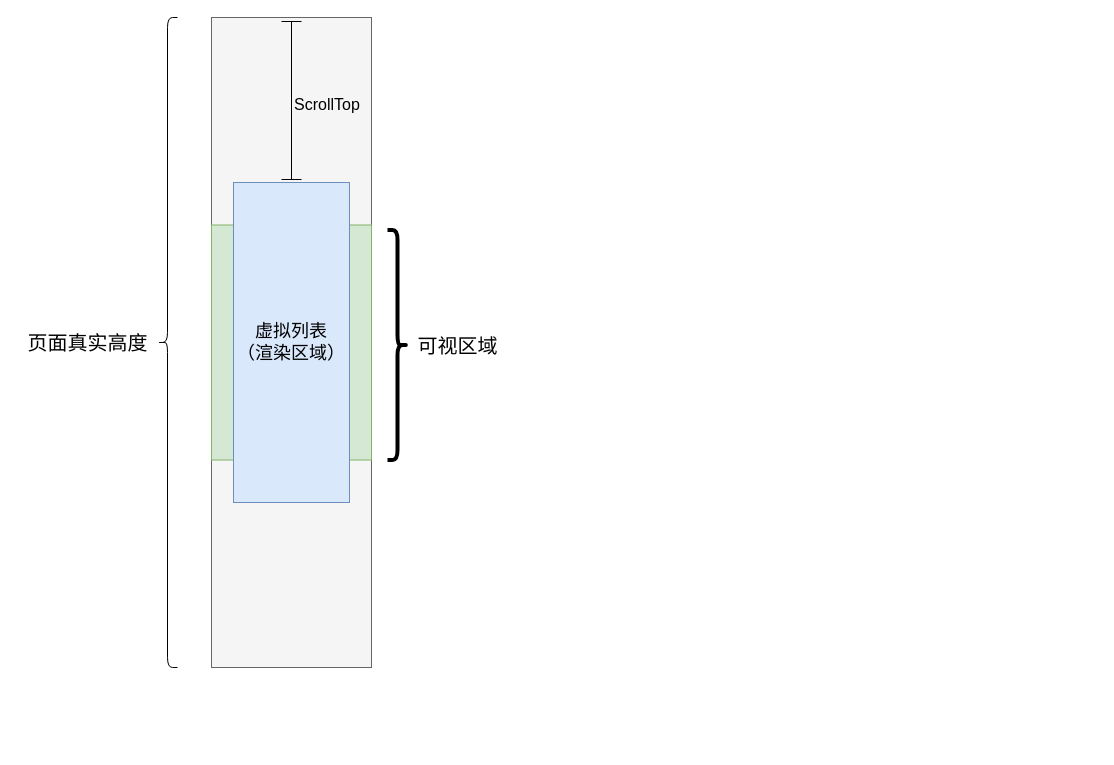
The draw.io diagram scrollListCompare.drawio in logcas/ImageBed, before the edit. Source tidied: cells renumbered, new cells numbered last; positions are measured from the earlier drawing's top-left corner, leaving out a move shared by most shapes. Both pictures are drawn from the tidied source at 100%, with x=0, y=0 at pixel (17, 17).
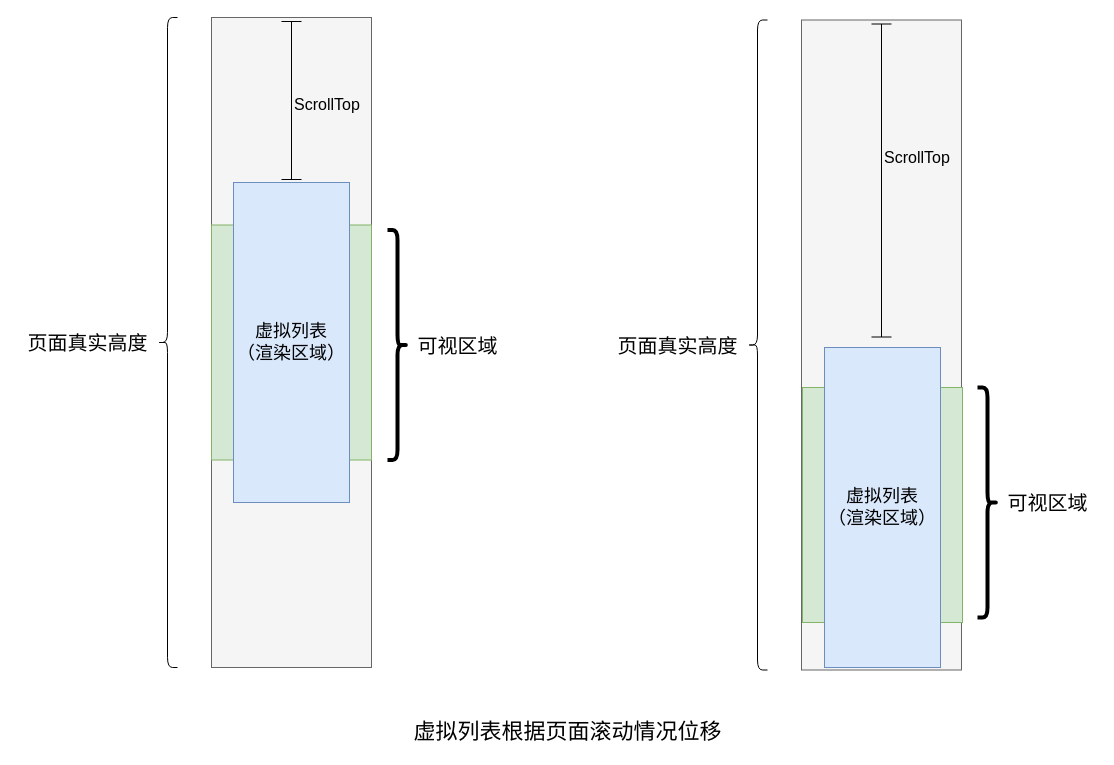
The same diagram, later.

Change to the diagram source:
```diff
@@
+    <mxCell id="11" style="rounded=0;whiteSpace=wrap;html=1;fillColor=#f5f5f5;strokeColor=#666666;fontColor=#333333;" parent="1" vertex="1">
+      <mxGeometry x="784" y="2.5" width="160" height="650" as="geometry" />
+    </mxCell>
+    <mxCell id="12" style="rounded=0;whiteSpace=wrap;html=1;fillColor=#d5e8d4;strokeColor=#82b366;" parent="1" vertex="1">
+      <mxGeometry x="785" y="370" width="160" height="235" as="geometry" />
+    </mxCell>
+    <mxCell id="13" value="&lt;font style=&quot;font-size: 18px&quot;&gt;虚拟列表&lt;br&gt;（渲染区域）&lt;br&gt;&lt;/font&gt;" style="rounded=0;whiteSpace=wrap;html=1;fillColor=#dae8fc;strokeColor=#6c8ebf;" parent="1" vertex="1">
+      <mxGeometry x="807" y="330" width="116" height="320" as="geometry" />
+    </mxCell>
+    <mxCell id="14" style="shape=crossbar;whiteSpace=wrap;html=1;rounded=1;fillColor=none;rotation=-90;" parent="1" vertex="1">
+      <mxGeometry x="707.5" y="153" width="313" height="20" as="geometry" />
+    </mxCell>
+    <mxCell id="15" value="ScrollTop" style="text;html=1;strokeColor=none;fillColor=none;align=center;verticalAlign=middle;whiteSpace=wrap;rounded=0;strokeWidth=4;fontSize=16;" parent="1" vertex="1">
+      <mxGeometry x="870" y="126" width="60" height="27" as="geometry" />
+    </mxCell>
+    <mxCell id="16" style="shape=curlyBracket;whiteSpace=wrap;html=1;rounded=1;fillColor=none;" parent="1" vertex="1">
+      <mxGeometry x="730" y="2.5" width="20" height="650" as="geometry" />
+    </mxCell>
+    <mxCell id="17" value="&lt;font style=&quot;font-size: 20px&quot;&gt;页面真实高度&lt;/font&gt;" style="text;html=1;align=center;verticalAlign=middle;" parent="1" vertex="1">
+      <mxGeometry x="590" y="317.5" width="140" height="20" as="geometry" />
+    </mxCell>
+    <mxCell id="18" style="shape=curlyBracket;whiteSpace=wrap;html=1;rounded=1;strokeWidth=4;fillColor=none;fontSize=16;rotation=-180;" parent="1" vertex="1">
+      <mxGeometry x="960" y="370" width="20" height="230" as="geometry" />
+    </mxCell>
+    <mxCell id="19" value="&lt;span style=&quot;font-size: 20px&quot;&gt;可视区域&lt;/span&gt;" style="text;html=1;align=center;verticalAlign=middle;" parent="1" vertex="1">
+      <mxGeometry x="980" y="475" width="100" height="20" as="geometry" />
+    </mxCell>
+    <mxCell id="20" value="虚拟列表根据页面滚动情况位移" style="text;html=1;align=center;verticalAlign=middle;fontSize=22;" parent="1" vertex="1">
+      <mxGeometry x="390" y="700" width="320" height="30" as="geometry" />
+    </mxCell>
```
